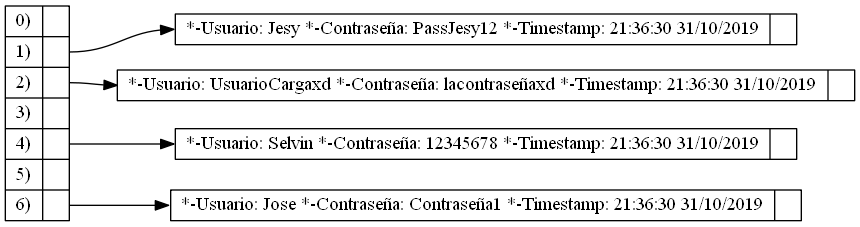
Earlier version of the Graphviz export [EDD]PY2_201701133/TablaHash.png (SelvinLP/EDD_2S2019_PY2_201701133). Its source is kept beside it as [EDD]PY2_201701133/TablaHash.dot.
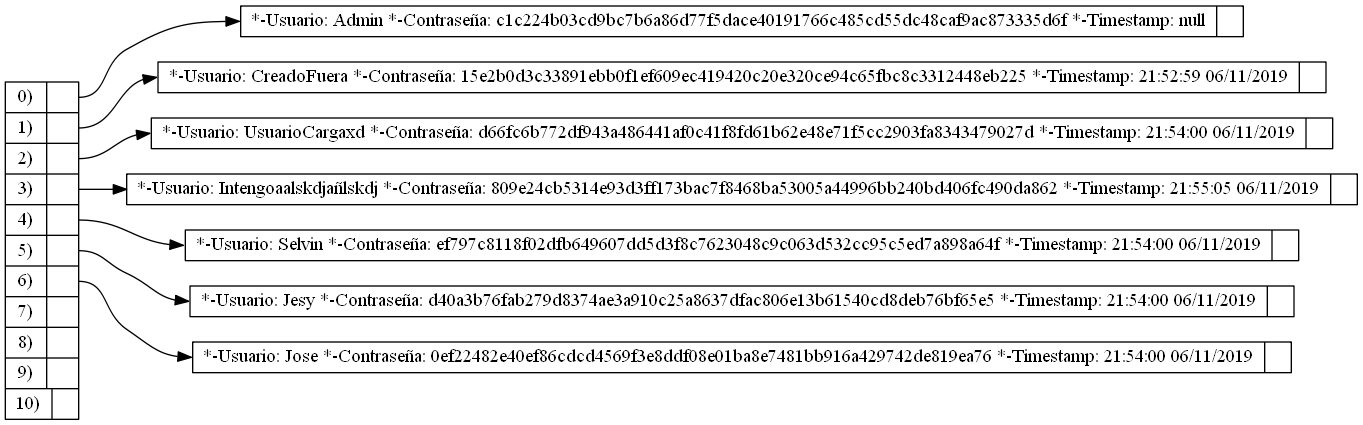
After the commit.

Commit message:
Terminado Tabla Hash, Empezando Matriz de Adyacencia

Change to the diagram source:
```diff
@@ -1,13 +1,19 @@
 digraph Pila {
    rankdir=LR;
    node [shape=record,width=.1,height=.1];
-   N0 [label = "{0)|<fl0>} |{1)|<fl1>} |{2)|<fl2>} |{3)|<fl3>} |{4)|<fl4>} |{5)|<fl5>} |{6)|<fl6>} "];
-N2[label = "{<n> *-Usuario: Jesy     *-Contraseña: PassJesy12     *-Timestamp: 21:36:30 31/10/2019|<p> }"];
+   N0 [label = "{0)|<fl0>} |{1)|<fl1>} |{2)|<fl2>} |{3)|<fl3>} |{4)|<fl4>} |{5)|<fl5>} |{6)|<fl6>} |{7)|<fl7>} |{8)|<fl8>} |{9)|<fl9>} |{10)|<fl10>} "];
+N1[label = "{<n> *-Usuario: Admin     *-Contraseña: c1c224b03cd9bc7b6a86d77f5dace40191766c485cd55dc48caf9ac873335d6f     *-Timestamp: null|<p> }"];
+N0:fl0 -> N1:n;
+N2[label = "{<n> *-Usuario: CreadoFuera     *-Contraseña: 15e2b0d3c33891ebb0f1ef609ec419420c20e320ce94c65fbc8c3312448eb225     *-Timestamp: 21:52:59 06/11/2019|<p> }"];
 N0:fl1 -> N2:n;
-N3[label = "{<n> *-Usuario: UsuarioCargaxd     *-Contraseña: lacontraseñaxd     *-Timestamp: 21:36:30 31/10/2019|<p> }"];
+N3[label = "{<n> *-Usuario: UsuarioCargaxd     *-Contraseña: d66fc6b772df943a486441af0c41f8fd61b62e48e71f5cc2903fa8343479027d     *-Timestamp: 21:54:00 06/11/2019|<p> }"];
 N0:fl2 -> N3:n;
-N5[label = "{<n> *-Usuario: Selvin     *-Contraseña: 12345678     *-Timestamp: 21:36:30 31/10/2019|<p> }"];
+N4[label = "{<n> *-Usuario: Intengoaalskdjañlskdj     *-Contraseña: 809e24cb5314e93d3ff173bac7f8468ba53005a44996bb240bd406fc490da862     *-Timestamp: 21:55:05 06/11/2019|<p> }"];
+N0:fl3 -> N4:n;
+N5[label = "{<n> *-Usuario: Selvin     *-Contraseña: ef797c8118f02dfb649607dd5d3f8c7623048c9c063d532cc95c5ed7a898a64f     *-Timestamp: 21:54:00 06/11/2019|<p> }"];
 N0:fl4 -> N5:n;
-N7[label = "{<n> *-Usuario: Jose     *-Contraseña: Contraseña1     *-Timestamp: 21:36:30 31/10/2019|<p> }"];
+N6[label = "{<n> *-Usuario: Jesy     *-Contraseña: d40a3b76fab279d8374ae3a910c25a8637dfac806e13b61540cd8deb76bf65e5     *-Timestamp: 21:54:00 06/11/2019|<p> }"];
+N0:fl5 -> N6:n;
+N7[label = "{<n> *-Usuario: Jose     *-Contraseña: 0ef22482e40ef86cdcd4569f3e8ddf08e01ba8e7481bb916a429742de819ea76     *-Timestamp: 21:54:00 06/11/2019|<p> }"];
 N0:fl6 -> N7:n;
 }
```
